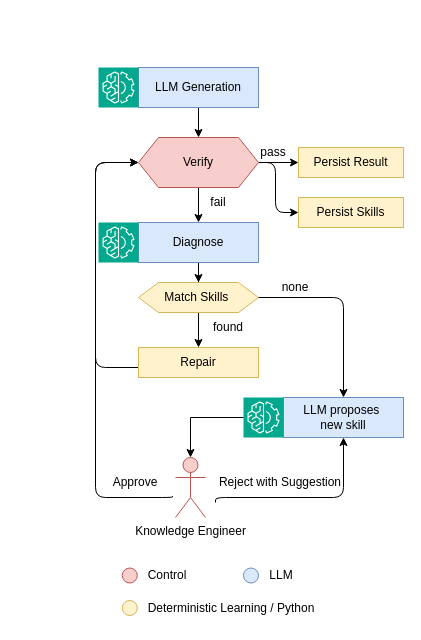
The draw.io diagram images/AgenticControlLoop.drawio in Prof-it/formal-verification, before the edit. Source tidied: cells renumbered, new cells numbered last; positions are measured from the earlier drawing's top-left corner, leaving out a move shared by most shapes. Both pictures are drawn from the tidied source at 100%, with x=0, y=0 at pixel (95, 67).
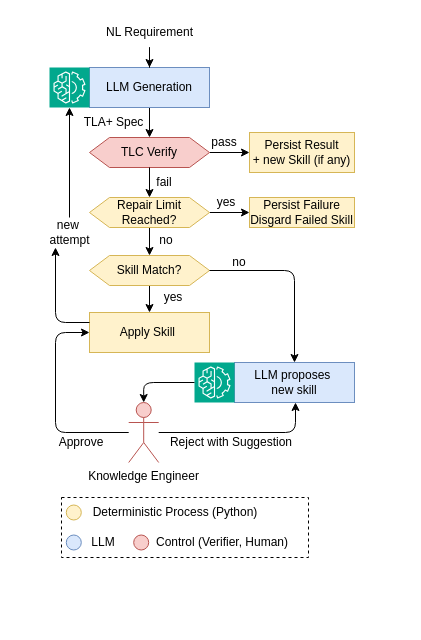
The same diagram, later.

Diff of the diagram source:
```diff
@@
+    <mxCell id="38" style="rounded=0;whiteSpace=wrap;html=1;dashed=1;" parent="1" vertex="1">
+      <mxGeometry x="-34" y="430" width="247" height="60" as="geometry" />
+    </mxCell>
@@
     <mxCell id="3" value="&lt;font&gt;LLM Generation&lt;/font&gt;" style="rounded=0;whiteSpace=wrap;html=1;fillColor=#dae8fc;strokeColor=#6c8ebf;" parent="1" vertex="1">
-      <mxGeometry x="43" width="120" height="40" as="geometry" />
+      <mxGeometry x="-6" width="120" height="40" as="geometry" />
     </mxCell>
-    <mxCell id="4" style="edgeStyle=orthogonalEdgeStyle;rounded=0;jettySize=auto;html=1;" parent="1" edge="1" source="7" target="17">
-      <mxGeometry x="-0.63" relative="1" as="geometry" />
+    <mxCell id="4" style="edgeStyle=orthogonalEdgeStyle;rounded=1;jettySize=auto;html=1;curved=0;exitX=1;exitY=0.5;exitDx=0;exitDy=0;" parent="1" edge="1" source="40" target="17">
+      <mxGeometry x="-0.12" relative="1" as="geometry" />
     </mxCell>
-    <mxCell id="5" style="edgeStyle=orthogonalEdgeStyle;rounded=0;jettySize=auto;html=1;entryX=0.5;entryY=0;entryDx=0;entryDy=0;" parent="1" edge="1" source="7" target="10">
-      <mxGeometry relative="1" as="geometry" />
+    <mxCell id="5" style="edgeStyle=orthogonalEdgeStyle;rounded=0;jettySize=auto;html=1;entryX=0.5;entryY=0;entryDx=0;entryDy=0;" parent="1" edge="1" source="40" target="16">
+      <mxGeometry x="0.38" relative="1" as="geometry" />
     </mxCell>
     <mxCell id="6" style="edgeStyle=orthogonalEdgeStyle;rounded=1;jettySize=auto;html=1;curved=0;" parent="1" edge="1" source="7" target="30">
-      <mxGeometry x="0.11" relative="1" as="geometry">
-        <Array as="points">
-          <mxPoint x="180" y="95" />
-          <mxPoint x="180" y="145" />
-        </Array>
-      </mxGeometry>
+      <mxGeometry x="0.11" relative="1" as="geometry" />
     </mxCell>
-    <mxCell id="7" value="&lt;font&gt;Verify&lt;/font&gt;" style="shape=hexagon;perimeter=hexagonPerimeter2;whiteSpace=wrap;html=1;shapeInside=1;fixedSize=1;fillColor=#f8cecc;strokeColor=#b85450;" parent="1" vertex="1">
-      <mxGeometry x="43" y="70" width="120" height="50" as="geometry" />
+    <mxCell id="7" value="&lt;font&gt;TLC Verify&lt;/font&gt;" style="shape=hexagon;perimeter=hexagonPerimeter2;whiteSpace=wrap;html=1;shapeInside=1;fixedSize=1;fillColor=#f8cecc;strokeColor=#b85450;" parent="1" vertex="1">
+      <mxGeometry x="-6" y="70" width="120" height="30" as="geometry" />
     </mxCell>
     <mxCell id="8" value="pass" style="text;html=1;whiteSpace=wrap;strokeColor=none;fillColor=none;align=center;verticalAlign=middle;rounded=0;" parent="1" vertex="1">
-      <mxGeometry x="148" y="70" width="60" height="30" as="geometry" />
+      <mxGeometry x="99" y="60" width="60" height="30" as="geometry" />
     </mxCell>
-    <mxCell id="9" style="edgeStyle=orthogonalEdgeStyle;rounded=0;jettySize=auto;html=1;" parent="1" edge="1" source="10" target="16">
-      <mxGeometry relative="1" as="geometry" />
-    </mxCell>
-    <mxCell id="10" value="&lt;font&gt;Diagnose&lt;/font&gt;" style="rounded=0;whiteSpace=wrap;html=1;fillColor=#dae8fc;strokeColor=#6c8ebf;" parent="1" vertex="1">
-      <mxGeometry x="43" y="155" width="120" height="40" as="geometry" />
-    </mxCell>
     <mxCell id="11" value="fail" style="text;html=1;whiteSpace=wrap;strokeColor=none;fillColor=none;align=center;verticalAlign=middle;rounded=0;" parent="1" vertex="1">
-      <mxGeometry x="93" y="120" width="60" height="30" as="geometry" />
+      <mxGeometry x="39" y="100" width="60" height="30" as="geometry" />
     </mxCell>
     <mxCell id="12" style="edgeStyle=orthogonalEdgeStyle;rounded=1;jettySize=auto;html=1;entryX=0;entryY=0.5;entryDx=0;entryDy=0;strokeColor=none;curved=0;" parent="1" edge="1" source="14" target="7">
       <mxGeometry x="-0.19" relative="1" as="geometry">
         <Array as="points">
-          <mxPoint y="295" />
-          <mxPoint y="95" />
+          <mxPoint x="-49" y="295" />
+          <mxPoint x="-49" y="95" />
         </Array>
       </mxGeometry>
     </mxCell>
-    <mxCell id="13" style="edgeStyle=orthogonalEdgeStyle;rounded=1;jettySize=auto;html=1;entryX=0;entryY=0.5;entryDx=0;entryDy=0;curved=0;" parent="1" edge="1" source="14" target="7">
-      <mxGeometry relative="1" as="geometry">
-        <Array as="points">
-          <mxPoint y="300" />
-          <mxPoint y="95" />
-        </Array>
-      </mxGeometry>
-    </mxCell>
-    <mxCell id="14" value="Repair" style="rounded=0;whiteSpace=wrap;html=1;fillColor=#fff2cc;strokeColor=#d6b656;" parent="1" vertex="1">
-      <mxGeometry x="43" y="280" width="120" height="30" as="geometry" />
+    <mxCell id="14" value="Apply Skill&amp;nbsp;" style="rounded=0;whiteSpace=wrap;html=1;fillColor=#fff2cc;strokeColor=#d6b656;" parent="1" vertex="1">
+      <mxGeometry x="-6" y="245" width="120" height="40" as="geometry" />
     </mxCell>
@@
-    <mxCell id="16" value="&lt;font&gt;Match Skills&amp;nbsp;&lt;/font&gt;" style="shape=hexagon;perimeter=hexagonPerimeter2;whiteSpace=wrap;html=1;shapeInside=1;fixedSize=1;fillColor=#fff2cc;strokeColor=#d6b656;" parent="1" vertex="1">
-      <mxGeometry x="43" y="215" width="120" height="30" as="geometry" />
+    <mxCell id="16" value="Skill Match?" style="shape=hexagon;perimeter=hexagonPerimeter2;whiteSpace=wrap;html=1;shapeInside=1;fixedSize=1;fillColor=#fff2cc;strokeColor=#d6b656;" parent="1" vertex="1">
+      <mxGeometry x="-6" y="188" width="120" height="30" as="geometry" />
     </mxCell>
-    <mxCell id="17" value="Persist&amp;nbsp;&lt;span style=&quot;background-color: transparent; color: light-dark(rgb(0, 0, 0), rgb(255, 255, 255));&quot;&gt;Result&lt;/span&gt;" style="rounded=0;whiteSpace=wrap;html=1;fillColor=#fff2cc;strokeColor=#d6b656;" parent="1" vertex="1">
-      <mxGeometry x="203" y="80" width="105" height="30" as="geometry" />
+    <mxCell id="17" value="Persist&amp;nbsp;&lt;span style=&quot;background-color: transparent; color: light-dark(rgb(0, 0, 0), rgb(255, 255, 255));&quot;&gt;Failure&lt;/span&gt;&lt;div&gt;Disgard Failed Skill&lt;/div&gt;" style="rounded=0;whiteSpace=wrap;html=1;fillColor=#fff2cc;strokeColor=#d6b656;" parent="1" vertex="1">
+      <mxGeometry x="154" y="130" width="105" height="30" as="geometry" />
     </mxCell>
-    <mxCell id="18" value="found" style="text;html=1;whiteSpace=wrap;strokeColor=none;fillColor=none;align=center;verticalAlign=middle;rounded=0;" parent="1" vertex="1">
-      <mxGeometry x="103" y="245" width="60" height="30" as="geometry" />
+    <mxCell id="18" value="yes" style="text;html=1;whiteSpace=wrap;strokeColor=none;fillColor=none;align=center;verticalAlign=middle;rounded=0;" parent="1" vertex="1">
+      <mxGeometry x="48" y="215" width="60" height="30" as="geometry" />
     </mxCell>
     <mxCell id="19" value="LLM proposes&amp;nbsp;&lt;div&gt;new skill&lt;/div&gt;" style="rounded=0;whiteSpace=wrap;html=1;fillColor=#dae8fc;strokeColor=#6c8ebf;" parent="1" vertex="1">
-      <mxGeometry x="188" y="330" width="120" height="40" as="geometry" />
+      <mxGeometry x="139" y="295" width="120" height="40" as="geometry" />
     </mxCell>
@@
-    <mxCell id="21" style="edgeStyle=orthogonalEdgeStyle;rounded=1;jettySize=auto;html=1;entryX=0;entryY=0.5;entryDx=0;entryDy=0;exitX=-0.075;exitY=0.642;exitDx=0;exitDy=0;exitPerimeter=0;curved=0;" parent="1" edge="1" target="7">
-      <mxGeometry x="0.14" relative="1" as="geometry">
-        <mxPoint x="77" y="428.5" as="sourcePoint" />
-        <Array as="points">
-          <mxPoint x="77" y="430" />
-          <mxPoint y="430" />
-          <mxPoint y="95" />
-        </Array>
-      </mxGeometry>
-    </mxCell>
-    <mxCell id="22" style="edgeStyle=orthogonalEdgeStyle;rounded=1;jettySize=auto;html=1;entryX=0.5;entryY=1;entryDx=0;entryDy=0;exitX=1;exitY=0.75;exitDx=0;exitDy=0;curved=0;" parent="1" edge="1" target="19">
-      <mxGeometry x="0.05" relative="1" as="geometry">
-        <mxPoint x="120" y="435" as="sourcePoint" />
-        <Array as="points">
-          <mxPoint x="120" y="430" />
-          <mxPoint x="248" y="430" />
-        </Array>
-      </mxGeometry>
-    </mxCell>
     <mxCell id="23" style="sketch=0;points=[[0,0,0],[0.25,0,0],[0.5,0,0],[0.75,0,0],[1,0,0],[0,1,0],[0.25,1,0],[0.5,1,0],[0.75,1,0],[1,1,0],[0,0.25,0],[0,0.5,0],[0,0.75,0],[1,0.25,0],[1,0.5,0],[1,0.75,0]];outlineConnect=0;fontColor=#232F3E;fillColor=#01A88D;strokeColor=#ffffff;dashed=0;verticalLabelPosition=bottom;verticalAlign=top;align=center;html=1;fontSize=12;fontStyle=0;shape=mxgraph.aws4.resourceIcon;resIcon=mxgraph.aws4.machine_learning;" parent="1" vertex="1">
-      <mxGeometry x="3" width="40" height="40" as="geometry" />
+      <mxGeometry x="-46" width="40" height="40" as="geometry" />
     </mxCell>
     <mxCell id="24" style="sketch=0;points=[[0,0,0],[0.25,0,0],[0.5,0,0],[0.75,0,0],[1,0,0],[0,1,0],[0.25,1,0],[0.5,1,0],[0.75,1,0],[1,1,0],[0,0.25,0],[0,0.5,0],[0,0.75,0],[1,0.25,0],[1,0.5,0],[1,0.75,0]];outlineConnect=0;fontColor=#232F3E;fillColor=#01A88D;strokeColor=#ffffff;dashed=0;verticalLabelPosition=bottom;verticalAlign=top;align=center;html=1;fontSize=12;fontStyle=0;shape=mxgraph.aws4.resourceIcon;resIcon=mxgraph.aws4.machine_learning;" parent="1" vertex="1">
-      <mxGeometry x="148" y="330" width="40" height="40" as="geometry" />
+      <mxGeometry x="99" y="295" width="40" height="40" as="geometry" />
     </mxCell>
     <mxCell id="25" value="Approve" style="text;html=1;whiteSpace=wrap;strokeColor=none;fillColor=none;align=center;verticalAlign=middle;rounded=0;" parent="1" vertex="1">
-      <mxGeometry x="10" y="400" width="60" height="30" as="geometry" />
+      <mxGeometry x="-43.8" y="367.5" width="60" height="15" as="geometry" />
     </mxCell>
     <mxCell id="26" value="Reject with Suggestion" style="text;html=1;whiteSpace=wrap;strokeColor=none;fillColor=none;align=center;verticalAlign=middle;rounded=0;" parent="1" vertex="1">
-      <mxGeometry x="120" y="400" width="130" height="30" as="geometry" />
+      <mxGeometry x="71" y="360" width="130" height="30" as="geometry" />
     </mxCell>
     <mxCell id="27" value="Knowledge&amp;nbsp;&lt;span style=&quot;background-color: transparent; color: light-dark(rgb(0, 0, 0), rgb(255, 255, 255));&quot;&gt;Engineer&lt;/span&gt;" style="shape=umlActor;verticalLabelPosition=bottom;verticalAlign=top;html=1;outlineConnect=0;fillColor=#f8cecc;strokeColor=#b85450;" parent="1" vertex="1">
-      <mxGeometry x="80" y="390" width="30" height="60" as="geometry" />
+      <mxGeometry x="33.2" y="335" width="30" height="60" as="geometry" />
     </mxCell>
-    <mxCell id="28" value="none" style="text;html=1;whiteSpace=wrap;strokeColor=none;fillColor=none;align=center;verticalAlign=middle;rounded=0;" parent="1" vertex="1">
-      <mxGeometry x="170" y="205" width="60" height="30" as="geometry" />
+    <mxCell id="28" value="no" style="text;html=1;whiteSpace=wrap;strokeColor=none;fillColor=none;align=center;verticalAlign=middle;rounded=0;" parent="1" vertex="1">
+      <mxGeometry x="114" y="180" width="60" height="30" as="geometry" />
     </mxCell>
-    <mxCell id="29" style="edgeStyle=orthogonalEdgeStyle;rounded=0;jettySize=auto;html=1;entryX=0.5;entryY=0;entryDx=0;entryDy=0;entryPerimeter=0;" parent="1" edge="1" source="24" target="27">
+    <mxCell id="29" style="edgeStyle=orthogonalEdgeStyle;rounded=1;jettySize=auto;html=1;entryX=0.5;entryY=0;entryDx=0;entryDy=0;entryPerimeter=0;curved=0;" parent="1" edge="1" source="24" target="27">
       <mxGeometry relative="1" as="geometry" />
     </mxCell>
-    <mxCell id="30" value="&lt;span style=&quot;background-color: transparent; color: light-dark(rgb(0, 0, 0), rgb(255, 255, 255));&quot;&gt;Persist Skills&lt;/span&gt;" style="rounded=0;whiteSpace=wrap;html=1;fillColor=#fff2cc;strokeColor=#d6b656;" parent="1" vertex="1">
-      <mxGeometry x="203" y="130" width="105" height="30" as="geometry" />
+    <mxCell id="30" value="&lt;span style=&quot;background-color: transparent; color: light-dark(rgb(0, 0, 0), rgb(255, 255, 255));&quot;&gt;Persist Result&lt;/span&gt;&lt;div&gt;&lt;span style=&quot;background-color: transparent; color: light-dark(rgb(0, 0, 0), rgb(255, 255, 255));&quot;&gt;+ new Skill&amp;nbsp;&lt;/span&gt;&lt;span style=&quot;background-color: transparent; color: light-dark(rgb(0, 0, 0), rgb(255, 255, 255));&quot;&gt;(if any)&lt;/span&gt;&lt;/div&gt;" style="rounded=0;whiteSpace=wrap;html=1;fillColor=#fff2cc;strokeColor=#d6b656;" parent="1" vertex="1">
+      <mxGeometry x="154" y="65" width="105" height="40" as="geometry" />
     </mxCell>
-    <mxCell id="31" style="sketch=0;fontColor=#232F3E;fillColor=#01A88D;strokeColor=#ffffff;dashed=0;verticalLabelPosition=bottom;verticalAlign=top;align=center;html=1;fontSize=12;fontStyle=0;shape=mxgraph.aws4.resourceIcon;resIcon=mxgraph.aws4.machine_learning;" parent="1" vertex="1">
-      <mxGeometry x="3" y="155" width="40" height="40" as="geometry" />
-    </mxCell>
+    <mxCell id="39" style="edgeStyle=orthogonalEdgeStyle;rounded=0;jettySize=auto;html=1;" parent="1" edge="1" source="7" target="40">
+      <mxGeometry relative="1" as="geometry" />
+    </mxCell>
+    <mxCell id="40" value="Repair Limit Reached?" style="shape=hexagon;perimeter=hexagonPerimeter2;whiteSpace=wrap;html=1;shapeInside=1;fixedSize=1;fillColor=#fff2cc;strokeColor=#d6b656;" parent="1" vertex="1">
+      <mxGeometry x="-6" y="130" width="120" height="30" as="geometry" />
+    </mxCell>
+    <mxCell id="41" value="no" style="text;html=1;whiteSpace=wrap;strokeColor=none;fillColor=none;align=center;verticalAlign=middle;rounded=0;" parent="1" vertex="1">
+      <mxGeometry x="40.5" y="158" width="60" height="30" as="geometry" />
+    </mxCell>
+    <mxCell id="42" value="yes" style="text;html=1;whiteSpace=wrap;strokeColor=none;fillColor=none;align=center;verticalAlign=middle;rounded=0;" parent="1" vertex="1">
+      <mxGeometry x="100.5" y="120" width="60" height="30" as="geometry" />
+    </mxCell>
+    <mxCell id="43" value="TLA+ Spec" style="text;html=1;whiteSpace=wrap;strokeColor=none;fillColor=none;align=center;verticalAlign=middle;rounded=0;" parent="1" vertex="1">
+      <mxGeometry x="-34" y="40" width="105" height="30" as="geometry" />
+    </mxCell>
+    <mxCell id="44" style="edgeStyle=orthogonalEdgeStyle;rounded=0;jettySize=auto;html=1;entryX=0.5;entryY=0;entryDx=0;entryDy=0;" parent="1" edge="1" source="45" target="3">
+      <mxGeometry relative="1" as="geometry" />
+    </mxCell>
+    <mxCell id="45" value="NL Requirement" style="text;html=1;whiteSpace=wrap;strokeColor=none;fillColor=none;align=center;verticalAlign=middle;rounded=0;" parent="1" vertex="1">
+      <mxGeometry x="1.5" y="-50" width="105" height="30" as="geometry" />
+    </mxCell>
+    <mxCell id="46" style="edgeStyle=orthogonalEdgeStyle;rounded=1;jettySize=auto;html=1;curved=0;" parent="1" edge="1" source="27" target="19">
+      <mxGeometry relative="1" as="geometry">
+        <Array as="points">
+          <mxPoint x="200" y="365" />
+        </Array>
+      </mxGeometry>
+    </mxCell>
+    <mxCell id="47" style="edgeStyle=orthogonalEdgeStyle;rounded=1;jettySize=auto;html=1;entryX=0;entryY=0.5;entryDx=0;entryDy=0;curved=0;" parent="1" edge="1" source="27" target="14">
+      <mxGeometry x="-0.15" relative="1" as="geometry">
+        <Array as="points">
+          <mxPoint x="-40" y="365" />
+          <mxPoint x="-40" y="265" />
+        </Array>
+      </mxGeometry>
+    </mxCell>
+    <mxCell id="48" style="edgeStyle=orthogonalEdgeStyle;rounded=1;jettySize=auto;html=1;curved=0;" parent="1" edge="1" source="50" target="23">
+      <mxGeometry x="-0.98" relative="1" as="geometry" />
+    </mxCell>
+    <mxCell id="49" style="edgeStyle=orthogonalEdgeStyle;rounded=1;jettySize=auto;html=1;curved=0;exitX=0;exitY=0.25;exitDx=0;exitDy=0;" parent="1" edge="1" source="14" target="50">
+      <mxGeometry x="-0.98" relative="1" as="geometry">
+        <Array as="points">
+          <mxPoint x="-40" y="255" />
+        </Array>
+      </mxGeometry>
+    </mxCell>
+    <mxCell id="50" value="new&amp;nbsp;&lt;div&gt;attempt&lt;/div&gt;" style="text;html=1;whiteSpace=wrap;strokeColor=none;fillColor=none;align=center;verticalAlign=middle;rounded=0;" parent="1" vertex="1">
+      <mxGeometry x="-78.5" y="150" width="105" height="30" as="geometry" />
+    </mxCell>
     <mxCell id="32" style="ellipse;whiteSpace=wrap;html=1;shapeInside=1;fillColor=#f8cecc;strokeColor=#b85450;" parent="1" vertex="1">
-      <mxGeometry x="26.8" y="500.5" width="15" height="15" as="geometry" />
+      <mxGeometry x="38.2" y="467.5" width="15" height="15" as="geometry" />
     </mxCell>
-    <mxCell id="33" value="Control" style="text;html=1;whiteSpace=wrap;strokeColor=none;fillColor=none;align=center;verticalAlign=middle;rounded=0;" parent="1" vertex="1">
-      <mxGeometry x="41.8" y="493" width="60" height="30" as="geometry" />
+    <mxCell id="33" value="Control (Verifier, Human)" style="text;html=1;whiteSpace=wrap;strokeColor=none;fillColor=none;align=center;verticalAlign=middle;rounded=0;" parent="1" vertex="1">
+      <mxGeometry x="54.5" y="460" width="144.2" height="30" as="geometry" />
     </mxCell>
     <mxCell id="34" style="ellipse;whiteSpace=wrap;html=1;shapeInside=1;fillColor=#fff2cc;strokeColor=#d6b656;" parent="1" vertex="1">
-      <mxGeometry x="26.8" y="533" width="15" height="15" as="geometry" />
+      <mxGeometry x="-29.2" y="437.5" width="15" height="15" as="geometry" />
     </mxCell>
-    <mxCell id="35" value="Deterministic Learning / Python" style="text;html=1;whiteSpace=wrap;strokeColor=none;fillColor=none;align=center;verticalAlign=middle;rounded=0;" parent="1" vertex="1">
-      <mxGeometry x="41.8" y="525.5" width="188.2" height="30" as="geometry" />
+    <mxCell id="35" value="Deterministic Process (Python)" style="text;html=1;whiteSpace=wrap;strokeColor=none;fillColor=none;align=center;verticalAlign=middle;rounded=0;" parent="1" vertex="1">
+      <mxGeometry x="-14.2" y="430" width="188.2" height="30" as="geometry" />
     </mxCell>
     <mxCell id="36" style="ellipse;whiteSpace=wrap;html=1;shapeInside=1;fillColor=#dae8fc;strokeColor=#6c8ebf;" parent="1" vertex="1">
-      <mxGeometry x="148" y="500.5" width="15" height="15" as="geometry" />
+      <mxGeometry x="-29.2" y="467.5" width="15" height="15" as="geometry" />
     </mxCell>
     <mxCell id="37" value="LLM" style="text;html=1;whiteSpace=wrap;strokeColor=none;fillColor=none;align=center;verticalAlign=middle;rounded=0;" parent="1" vertex="1">
-      <mxGeometry x="155.5" y="493" width="60" height="30" as="geometry" />
+      <mxGeometry x="-21.8" y="460" width="60" height="30" as="geometry" />
     </mxCell>
```
